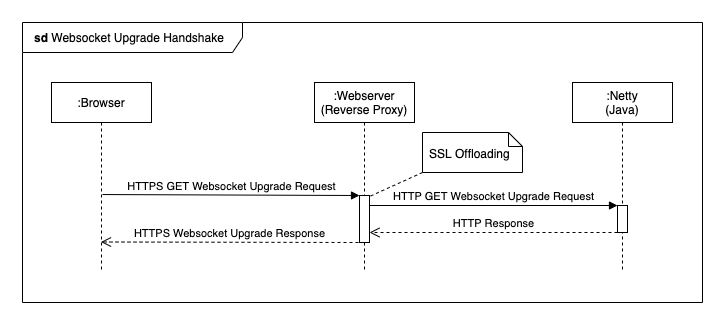
The draw.io diagram documents/solution-architecture/figures/SSD-Websocket_Upgrade_Handshake.png in 22phuber/tron-light-cycles, before a commit. Source tidied: cells renumbered, new cells last; positions are measured from the earlier drawing's top-left corner, leaving out a move shared by most shapes.
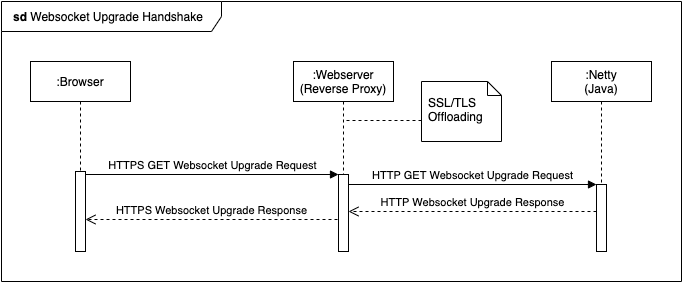
The same diagram one commit later.

Change to the diagram source:
```diff
@@ -8,19 +8,22 @@
     <mxCell id="3" value=":Browser" style="shape=umlLifeline;perimeter=lifelinePerimeter;whiteSpace=wrap;html=1;" parent="1" vertex="1">
       <mxGeometry x="29" y="60" width="100" height="190" as="geometry" />
     </mxCell>
+    <mxCell id="14" style="html=1;perimeter=orthogonalPerimeter;" parent="3" vertex="1">
+      <mxGeometry x="45" y="110" width="10" height="80" as="geometry" />
+    </mxCell>
     <mxCell id="4" value=":Webserver (Reverse Proxy)" style="shape=umlLifeline;perimeter=lifelinePerimeter;whiteSpace=wrap;html=1;" parent="1" vertex="1">
       <mxGeometry x="292" y="60" width="100" height="190" as="geometry" />
     </mxCell>
     <mxCell id="5" style="html=1;points=[];perimeter=orthogonalPerimeter;" parent="4" vertex="1">
-      <mxGeometry x="45" y="113" width="10" height="47" as="geometry" />
+      <mxGeometry x="45" y="113" width="10" height="77" as="geometry" />
     </mxCell>
     <mxCell id="6" value=":Netty&lt;br&gt;(Java)" style="shape=umlLifeline;perimeter=lifelinePerimeter;whiteSpace=wrap;html=1;" parent="1" vertex="1">
       <mxGeometry x="550" y="60" width="100" height="190" as="geometry" />
     </mxCell>
     <mxCell id="7" style="html=1;points=[];perimeter=orthogonalPerimeter;" parent="6" vertex="1">
-      <mxGeometry x="45" y="123" width="10" height="27" as="geometry" />
+      <mxGeometry x="45" y="123" width="10" height="67" as="geometry" />
     </mxCell>
-    <mxCell id="8" value="HTTP Response" style="html=1;verticalAlign=bottom;endArrow=open;dashed=1;endSize=8;exitX=0;exitY=1.037;exitDx=0;exitDy=0;exitPerimeter=0;" parent="1" edge="1">
+    <mxCell id="8" value="HTTP Websocket Upgrade Response" style="html=1;verticalAlign=bottom;endArrow=open;dashed=1;endSize=8;exitX=0;exitY=1.037;exitDx=0;exitDy=0;exitPerimeter=0;" parent="1" edge="1">
       <mxGeometry relative="1" as="geometry">
         <mxPoint x="595" y="210" as="sourcePoint" />
         <mxPoint x="347" y="210" as="targetPoint" />
@@ -31,23 +34,26 @@
         <mxPoint x="347" y="183" as="sourcePoint" />
       </mxGeometry>
     </mxCell>
-    <mxCell id="10" value="&lt;br&gt;SSL Offloading" style="shape=note;whiteSpace=wrap;html=1;size=14;verticalAlign=top;align=left;spacingTop=-6;spacingLeft=5;" parent="1" vertex="1">
-      <mxGeometry x="400" y="110" width="100" height="40" as="geometry" />
-    </mxCell>
-    <mxCell id="11" style="html=1;verticalAlign=bottom;endArrow=none;dashed=1;endSize=8;entryX=1;entryY=0.1;entryDx=0;entryDy=0;entryPerimeter=0;exitX=0;exitY=1;exitDx=0;exitDy=0;exitPerimeter=0;endFill=0;" parent="1" edge="1" source="10">
+    <mxCell id="11" style="html=1;verticalAlign=bottom;endArrow=none;dashed=1;endSize=8;exitX=0;exitY=0.5;exitDx=0;exitDy=0;exitPerimeter=0;endFill=0;" parent="1" edge="1">
       <mxGeometry relative="1" as="geometry">
-        <mxPoint x="347" y="174" as="targetPoint" />
+        <mxPoint x="420" y="119" as="sourcePoint" />
+        <mxPoint x="341.5" y="119" as="targetPoint" />
       </mxGeometry>
     </mxCell>
-    <mxCell id="12" value="HTTPS GET Websocket Upgrade Request" style="html=1;verticalAlign=bottom;startArrow=none;endArrow=block;startSize=8;exitX=0.51;exitY=0.272;exitDx=0;exitDy=0;exitPerimeter=0;startFill=0;" parent="1" edge="1" target="5">
+    <mxCell id="12" value="HTTPS GET Websocket Upgrade Request" style="html=1;verticalAlign=bottom;startArrow=none;endArrow=block;startSize=8;startFill=0;" parent="1" edge="1">
       <mxGeometry relative="1" as="geometry">
-        <mxPoint x="80" y="172" as="sourcePoint" />
+        <mxPoint x="84" y="173" as="sourcePoint" />
+        <mxPoint x="337" y="173" as="targetPoint" />
       </mxGeometry>
     </mxCell>
-    <mxCell id="13" value="HTTPS Websocket Upgrade Response" style="html=1;verticalAlign=bottom;endArrow=open;dashed=1;endSize=8;exitX=-0.1;exitY=1;exitDx=0;exitDy=0;exitPerimeter=0;" parent="1" edge="1" source="5">
+    <mxCell id="13" value="HTTPS Websocket Upgrade Response" style="html=1;verticalAlign=bottom;endArrow=open;dashed=1;endSize=8;exitX=-0.1;exitY=1;exitDx=0;exitDy=0;exitPerimeter=0;" parent="1" edge="1">
       <mxGeometry relative="1" as="geometry">
-        <mxPoint x="78.5" y="219.5" as="targetPoint" />
+        <mxPoint x="336" y="218" as="sourcePoint" />
+        <mxPoint x="84" y="218" as="targetPoint" />
       </mxGeometry>
     </mxCell>
+    <mxCell id="15" value="&lt;br&gt;SSL/TLS Offloading" style="shape=note;whiteSpace=wrap;html=1;size=14;verticalAlign=top;align=left;spacingTop=-6;spacingLeft=5;" parent="1" vertex="1">
+      <mxGeometry x="420" y="80" width="80" height="60" as="geometry" />
+    </mxCell>
   </root>
 </mxGraphModel>
```
